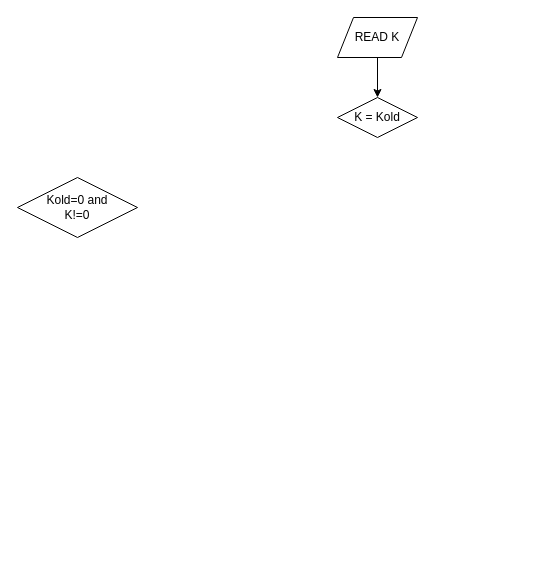
Above: zhopa.drawio in DMfananddu/SP_KR (draw.io), before the change. Source tidied: cells renumbered, new cells numbered last; positions are measured from the earlier drawing's top-left corner, leaving out a move shared by most shapes. Both pictures are drawn from the tidied source at 100%, with x=0, y=0 at pixel (17, 17).
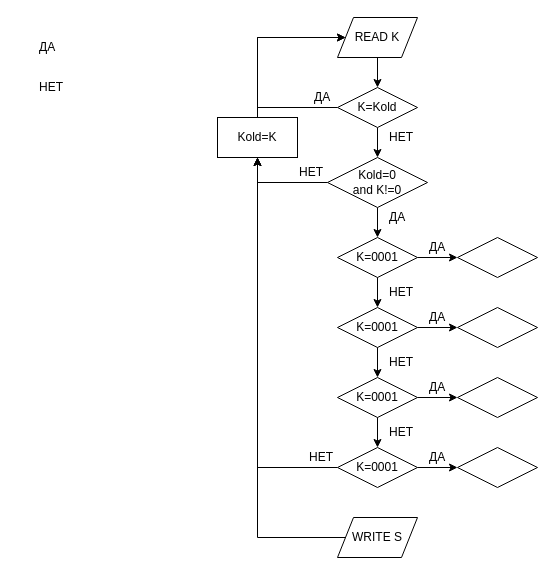
After the change.

Unchanged cells that the change refers to:
```xml
<mxCell id="4" value="READ K" style="shape=parallelogram;perimeter=parallelogramPerimeter;whiteSpace=wrap;html=1;" parent="1" vertex="1">
  <mxGeometry x="320" width="80" height="40" as="geometry" />
</mxCell>
```

Change to the diagram source:
```diff
@@
+    <mxCell id="6" style="edgeStyle=orthogonalEdgeStyle;rounded=0;jettySize=auto;html=1;exitX=0.5;exitY=1;exitDx=0;exitDy=0;entryX=0.5;entryY=0;entryDx=0;entryDy=0;" parent="1" edge="1" source="2" target="5">
+      <mxGeometry relative="1" as="geometry" />
+    </mxCell>
+    <mxCell id="7" style="edgeStyle=orthogonalEdgeStyle;rounded=0;jettySize=auto;html=1;exitX=0;exitY=0.5;exitDx=0;exitDy=0;entryX=0;entryY=0.5;entryDx=0;entryDy=0;" parent="1" edge="1" source="2" target="4">
+      <mxGeometry relative="1" as="geometry">
+        <Array as="points">
+          <mxPoint x="240" y="90" />
+          <mxPoint x="240" y="20" />
+        </Array>
+      </mxGeometry>
+    </mxCell>
-    <mxCell id="2" value="K = Kold" style="rhombus;whiteSpace=wrap;html=1;" parent="1" vertex="1">
-      <mxGeometry x="320" y="80" width="80" height="40" as="geometry" />
+    <mxCell id="2" value="K=Kold" style="rhombus;whiteSpace=wrap;html=1;" parent="1" vertex="1">
+      <mxGeometry x="320" y="70" width="80" height="40" as="geometry" />
     </mxCell>
@@
+    <mxCell id="8" style="edgeStyle=orthogonalEdgeStyle;rounded=0;jettySize=auto;html=1;exitX=0;exitY=0.5;exitDx=0;exitDy=0;entryX=0.5;entryY=1;entryDx=0;entryDy=0;" parent="1" edge="1" source="5" target="14">
+      <mxGeometry relative="1" as="geometry" />
+    </mxCell>
+    <mxCell id="9" style="edgeStyle=orthogonalEdgeStyle;rounded=0;jettySize=auto;html=1;exitX=0.5;exitY=1;exitDx=0;exitDy=0;entryX=0.5;entryY=0;entryDx=0;entryDy=0;" parent="1" edge="1" source="5" target="18">
+      <mxGeometry relative="1" as="geometry" />
+    </mxCell>
-    <mxCell id="5" value="Kold=0 and&lt;br&gt;K!=0" style="rhombus;whiteSpace=wrap;html=1;" parent="1" vertex="1">
-      <mxGeometry y="160" width="120" height="60" as="geometry" />
+    <mxCell id="5" value="Kold=0&lt;br&gt;and K!=0" style="rhombus;whiteSpace=wrap;html=1;" parent="1" vertex="1">
+      <mxGeometry x="310" y="140" width="100" height="50" as="geometry" />
     </mxCell>
+    <mxCell id="10" value="НЕТ" style="text;html=1;align=left;verticalAlign=top;spacingTop=-4;" parent="1" vertex="1">
+      <mxGeometry x="370" y="110" width="40" height="20" as="geometry" />
+    </mxCell>
+    <mxCell id="11" value="ДА" style="text;html=1;align=left;verticalAlign=top;spacingTop=-4;" parent="1" vertex="1">
+      <mxGeometry x="20" y="20" width="30" height="20" as="geometry" />
+    </mxCell>
+    <mxCell id="12" value="НЕТ" style="text;html=1;align=left;verticalAlign=top;spacingTop=-4;" parent="1" vertex="1">
+      <mxGeometry x="20" y="60" width="40" height="20" as="geometry" />
+    </mxCell>
+    <mxCell id="13" style="edgeStyle=orthogonalEdgeStyle;rounded=0;jettySize=auto;html=1;exitX=0.5;exitY=0;exitDx=0;exitDy=0;entryX=0;entryY=0.5;entryDx=0;entryDy=0;" parent="1" edge="1" source="14" target="4">
+      <mxGeometry relative="1" as="geometry">
+        <Array as="points">
+          <mxPoint x="240" y="20" />
+        </Array>
+      </mxGeometry>
+    </mxCell>
+    <mxCell id="14" value="Kold=K" style="rounded=0;whiteSpace=wrap;html=1;" parent="1" vertex="1">
+      <mxGeometry x="200" y="100" width="80" height="40" as="geometry" />
+    </mxCell>
+    <mxCell id="15" value="НЕТ" style="text;html=1;align=left;verticalAlign=top;spacingTop=-4;" parent="1" vertex="1">
+      <mxGeometry x="280" y="145" width="40" height="20" as="geometry" />
+    </mxCell>
+    <mxCell id="16" value="ДА" style="text;html=1;align=left;verticalAlign=top;spacingTop=-4;" parent="1" vertex="1">
+      <mxGeometry x="295" y="70" width="30" height="20" as="geometry" />
+    </mxCell>
+    <mxCell id="17" style="edgeStyle=orthogonalEdgeStyle;rounded=0;jettySize=auto;html=1;exitX=1;exitY=0.5;exitDx=0;exitDy=0;entryX=0;entryY=0.5;entryDx=0;entryDy=0;" parent="1" edge="1" source="18" target="36">
+      <mxGeometry relative="1" as="geometry" />
+    </mxCell>
+    <mxCell id="18" value="K=0001" style="rhombus;whiteSpace=wrap;html=1;" parent="1" vertex="1">
+      <mxGeometry x="320" y="220" width="80" height="40" as="geometry" />
+    </mxCell>
+    <mxCell id="19" value="ДА" style="text;html=1;align=left;verticalAlign=top;spacingTop=-4;" parent="1" vertex="1">
+      <mxGeometry x="370" y="190" width="30" height="20" as="geometry" />
+    </mxCell>
+    <mxCell id="20" style="edgeStyle=orthogonalEdgeStyle;rounded=0;jettySize=auto;html=1;exitX=0.5;exitY=1;exitDx=0;exitDy=0;entryX=0.5;entryY=0;entryDx=0;entryDy=0;" parent="1" edge="1" source="18" target="22">
+      <mxGeometry relative="1" as="geometry" />
+    </mxCell>
+    <mxCell id="21" style="edgeStyle=orthogonalEdgeStyle;rounded=0;jettySize=auto;html=1;exitX=1;exitY=0.5;exitDx=0;exitDy=0;entryX=0;entryY=0.5;entryDx=0;entryDy=0;" parent="1" edge="1" source="22" target="37">
+      <mxGeometry relative="1" as="geometry" />
+    </mxCell>
+    <mxCell id="22" value="K=0001" style="rhombus;whiteSpace=wrap;html=1;" parent="1" vertex="1">
+      <mxGeometry x="320" y="290" width="80" height="40" as="geometry" />
+    </mxCell>
+    <mxCell id="23" value="НЕТ" style="text;html=1;align=left;verticalAlign=top;spacingTop=-4;" parent="1" vertex="1">
+      <mxGeometry x="370" y="265" width="40" height="20" as="geometry" />
+    </mxCell>
+    <mxCell id="24" style="edgeStyle=orthogonalEdgeStyle;rounded=0;jettySize=auto;html=1;exitX=0.5;exitY=1;exitDx=0;exitDy=0;entryX=0.5;entryY=0;entryDx=0;entryDy=0;" parent="1" edge="1" source="22" target="26">
+      <mxGeometry relative="1" as="geometry" />
+    </mxCell>
+    <mxCell id="25" style="edgeStyle=orthogonalEdgeStyle;rounded=0;jettySize=auto;html=1;exitX=1;exitY=0.5;exitDx=0;exitDy=0;entryX=0;entryY=0.5;entryDx=0;entryDy=0;" parent="1" edge="1" source="26" target="38">
+      <mxGeometry relative="1" as="geometry" />
+    </mxCell>
+    <mxCell id="26" value="K=0001" style="rhombus;whiteSpace=wrap;html=1;" parent="1" vertex="1">
+      <mxGeometry x="320" y="360" width="80" height="40" as="geometry" />
+    </mxCell>
+    <mxCell id="27" value="НЕТ" style="text;html=1;align=left;verticalAlign=top;spacingTop=-4;" parent="1" vertex="1">
+      <mxGeometry x="370" y="335" width="40" height="20" as="geometry" />
+    </mxCell>
+    <mxCell id="28" style="edgeStyle=orthogonalEdgeStyle;rounded=0;jettySize=auto;html=1;exitX=0.5;exitY=1;exitDx=0;exitDy=0;entryX=0.5;entryY=0;entryDx=0;entryDy=0;" parent="1" edge="1" source="26" target="31">
+      <mxGeometry relative="1" as="geometry" />
+    </mxCell>
+    <mxCell id="29" style="edgeStyle=orthogonalEdgeStyle;rounded=0;jettySize=auto;html=1;exitX=0;exitY=0.5;exitDx=0;exitDy=0;entryX=0.5;entryY=1;entryDx=0;entryDy=0;" parent="1" edge="1" source="31" target="14">
+      <mxGeometry relative="1" as="geometry" />
+    </mxCell>
+    <mxCell id="30" style="edgeStyle=orthogonalEdgeStyle;rounded=0;jettySize=auto;html=1;exitX=1;exitY=0.5;exitDx=0;exitDy=0;entryX=0;entryY=0.5;entryDx=0;entryDy=0;" parent="1" edge="1" source="31" target="39">
+      <mxGeometry relative="1" as="geometry" />
+    </mxCell>
+    <mxCell id="31" value="K=0001" style="rhombus;whiteSpace=wrap;html=1;" parent="1" vertex="1">
+      <mxGeometry x="320" y="430" width="80" height="40" as="geometry" />
+    </mxCell>
+    <mxCell id="32" value="НЕТ" style="text;html=1;align=left;verticalAlign=top;spacingTop=-4;" parent="1" vertex="1">
+      <mxGeometry x="370" y="405" width="40" height="20" as="geometry" />
+    </mxCell>
+    <mxCell id="33" value="НЕТ" style="text;html=1;align=left;verticalAlign=top;spacingTop=-4;" parent="1" vertex="1">
+      <mxGeometry x="290" y="430" width="40" height="20" as="geometry" />
+    </mxCell>
+    <mxCell id="34" style="edgeStyle=orthogonalEdgeStyle;rounded=0;jettySize=auto;html=1;exitX=0;exitY=0.5;exitDx=0;exitDy=0;entryX=0.5;entryY=1;entryDx=0;entryDy=0;" parent="1" edge="1" source="35" target="14">
+      <mxGeometry relative="1" as="geometry" />
+    </mxCell>
+    <mxCell id="35" value="WRITE S" style="shape=parallelogram;perimeter=parallelogramPerimeter;whiteSpace=wrap;html=1;" parent="1" vertex="1">
+      <mxGeometry x="320" y="500" width="80" height="40" as="geometry" />
+    </mxCell>
+    <mxCell id="36" style="rhombus;whiteSpace=wrap;html=1;" parent="1" vertex="1">
+      <mxGeometry x="440" y="220" width="80" height="40" as="geometry" />
+    </mxCell>
+    <mxCell id="37" style="rhombus;whiteSpace=wrap;html=1;" parent="1" vertex="1">
+      <mxGeometry x="440" y="290" width="80" height="40" as="geometry" />
+    </mxCell>
+    <mxCell id="38" style="rhombus;whiteSpace=wrap;html=1;" parent="1" vertex="1">
+      <mxGeometry x="440" y="360" width="80" height="40" as="geometry" />
+    </mxCell>
+    <mxCell id="39" style="rhombus;whiteSpace=wrap;html=1;" parent="1" vertex="1">
+      <mxGeometry x="440" y="430" width="80" height="40" as="geometry" />
+    </mxCell>
+    <mxCell id="40" value="ДА" style="text;html=1;align=left;verticalAlign=top;spacingTop=-4;" parent="1" vertex="1">
+      <mxGeometry x="410" y="220" width="30" height="20" as="geometry" />
+    </mxCell>
+    <mxCell id="41" value="ДА" style="text;html=1;align=left;verticalAlign=top;spacingTop=-4;" parent="1" vertex="1">
+      <mxGeometry x="410" y="290" width="30" height="20" as="geometry" />
+    </mxCell>
+    <mxCell id="42" value="ДА" style="text;html=1;align=left;verticalAlign=top;spacingTop=-4;" parent="1" vertex="1">
+      <mxGeometry x="410" y="360" width="30" height="20" as="geometry" />
+    </mxCell>
+    <mxCell id="43" value="ДА" style="text;html=1;align=left;verticalAlign=top;spacingTop=-4;" parent="1" vertex="1">
+      <mxGeometry x="410" y="430" width="30" height="20" as="geometry" />
+    </mxCell>
```
